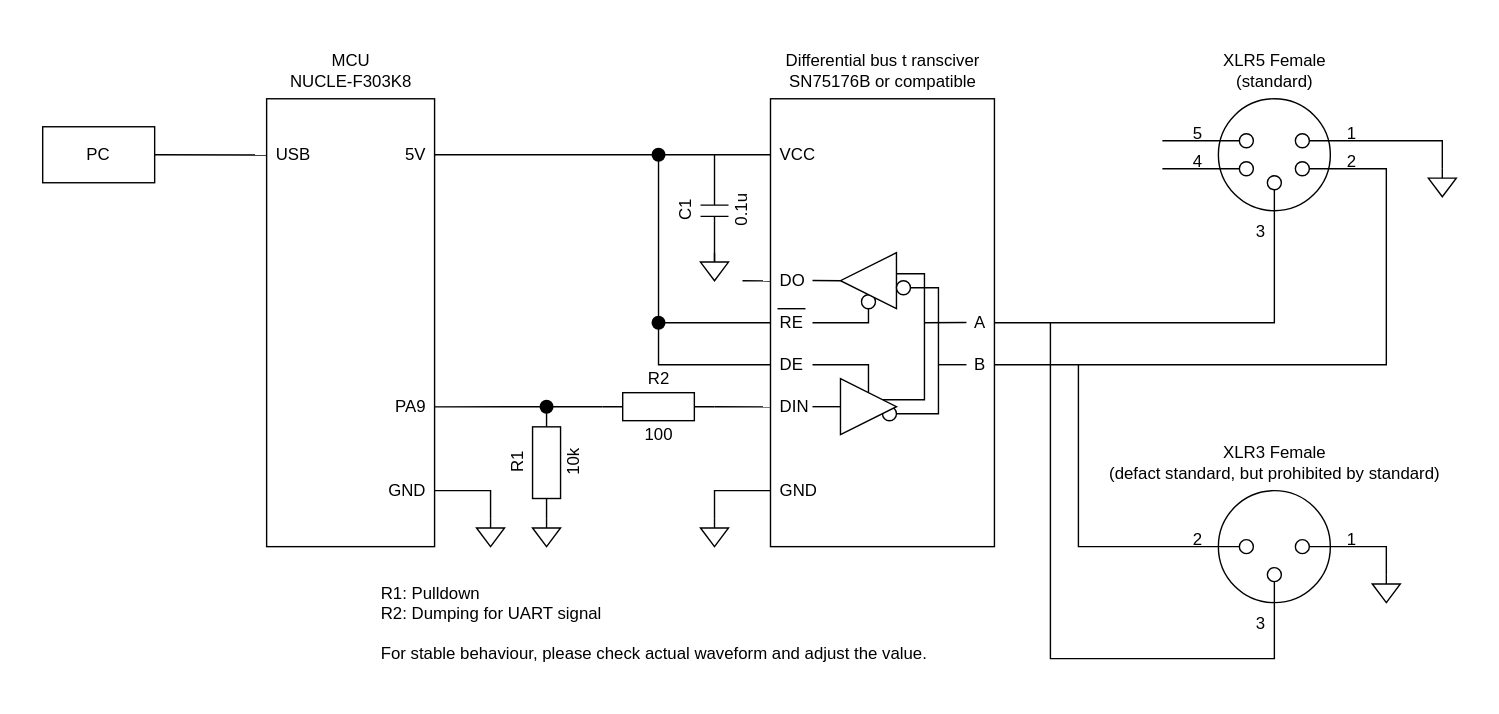
Earlier version of the draw.io export designs/device-circuit.drawio.svg (aKuad/web-dmx). Source tidied: cells renumbered, new cells last; positions are measured from the earlier drawing's top-left corner, leaving out a move shared by most shapes.
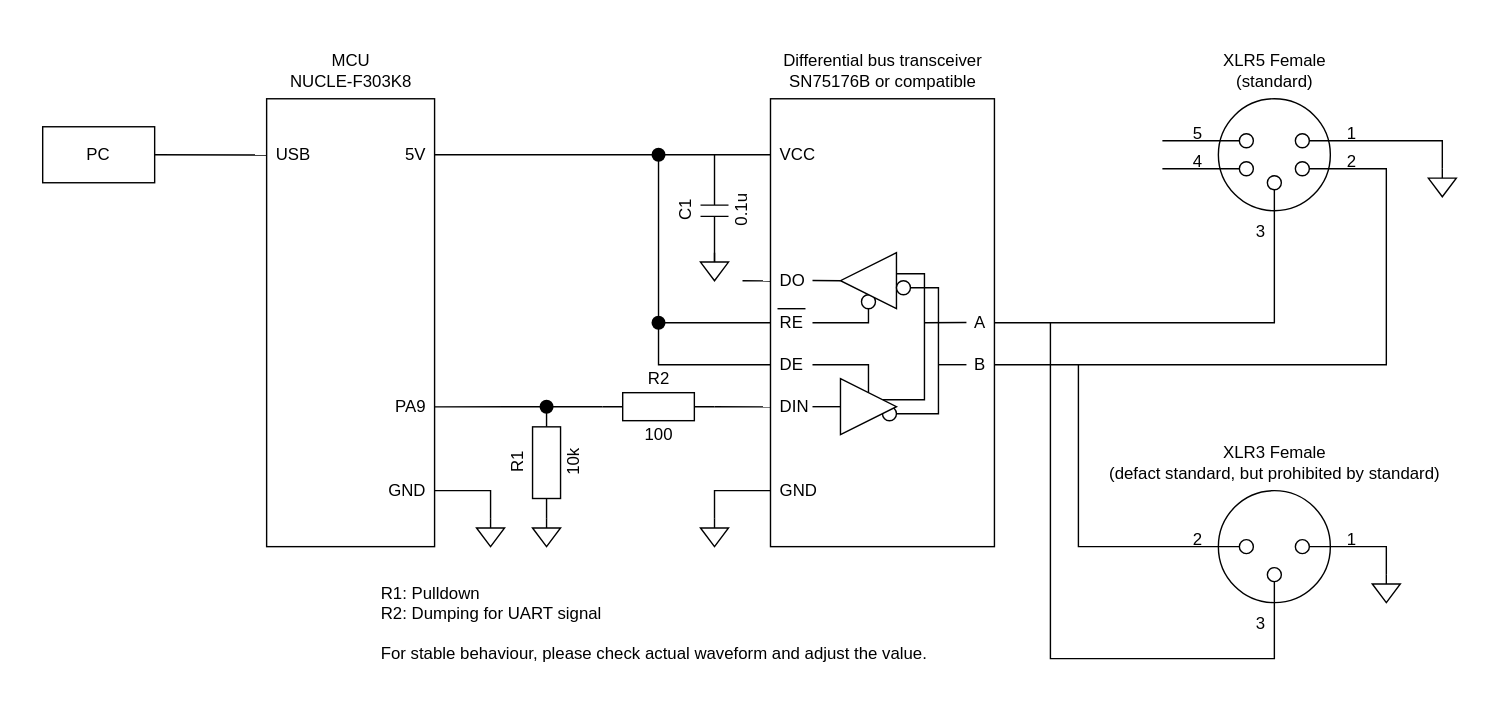
After the commit.

Commit message:
Fix: Typo on device schematic - 'transciver' to 'transceiver'

Diff of the diagram source:
```diff
@@ -32,8 +32,8 @@
     <mxCell id="11" style="whiteSpace=wrap;html=1;fillColor=none;" parent="1" vertex="1">
       <mxGeometry x="520" y="40" width="160" height="320" as="geometry" />
     </mxCell>
-    <mxCell id="12" value="Differential bus t&lt;span style=&quot;background-color: transparent;&quot;&gt;ransciver&lt;/span&gt;&lt;div&gt;&lt;span style=&quot;background-color: transparent;&quot;&gt;SN75176B or compatible&lt;/span&gt;&lt;/div&gt;" style="text;html=1;align=center;verticalAlign=middle;strokeColor=none;fillColor=none;" parent="1" vertex="1">
-      <mxGeometry x="520" width="160" height="40" as="geometry" />
+    <mxCell id="12" value="Differential bus transceiver&lt;div&gt;&lt;span style=&quot;background-color: transparent;&quot;&gt;SN75176B or compatible&lt;/span&gt;&lt;/div&gt;" style="text;html=1;align=center;verticalAlign=middle;strokeColor=none;fillColor=none;" parent="1" vertex="1">
+      <mxGeometry x="515" width="170" height="40" as="geometry" />
     </mxCell>
     <mxCell id="13" value="MCU&lt;div&gt;NUCLE-F303K8&lt;/div&gt;" style="text;html=1;align=center;verticalAlign=middle;strokeColor=none;fillColor=none;" parent="1" vertex="1">
       <mxGeometry x="165" width="110" height="40" as="geometry" />
```
